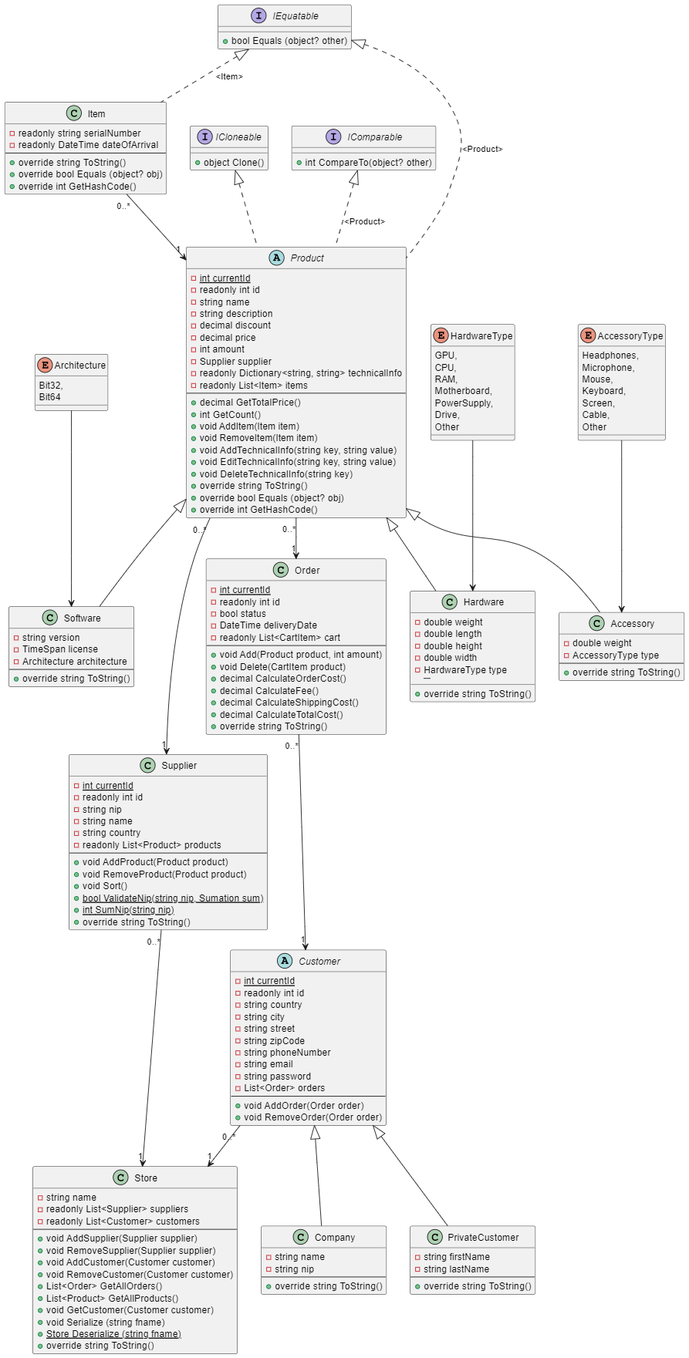
Before: UML.png, a diagram exported from PlantUML (Couch-bit/Computer-Store). Its source is kept beside it as UML.wsd. Source of this version:
```plantuml
@startuml Project
class Supplier {
  -{static} int currentId
  -readonly int id
  -string nip
  -string name
  -string country
  -readonly List<Product> products
  ----
  + void AddProduct(Product product)
  + void RemoveProduct(Product product)
  + void Sort()
  + {static} bool ValidateNip(string nip, Sumation sum)
  + {static} int SumNip(string nip)
  + override string ToString()
}

class Company {
  -string name
  -string nip
  ----
  + override string ToString()
}

class PrivateCustomer {
  -string firstName
  -string lastName
  ----
  + override string ToString()
}

abstract Customer {
  -{static} int currentId
  -readonly int id
  -string country
  -string city
  -string street
  -string zipCode
  -string phoneNumber
  -string email
  -string password
  -List<Order> orders
  ----
  + void AddOrder(Order order)
  + void RemoveOrder(Order order)
}

class Order {
  -{static} int currentId
  -readonly int id
  -bool status
  -DateTime deliveryDate
  -readonly List<CartItem> cart
  ----
  + void Add(Product product, int amount)
  + void Delete(CartItem product)
  + decimal CalculateOrderCost()
  + decimal CalculateFee()
  + decimal CalculateShippingCost()
  + decimal CalculateTotalCost()
  + override string ToString()
}

abstract Product {
  -{static} int currentId
  -readonly int id
  -string name
  -string description
  -decimal discount
  -decimal price
  -int amount
  -Supplier supplier
  -readonly Dictionary<string, string> technicalInfo
  -readonly List<Item> items
  ----
  + decimal GetTotalPrice()
  + int GetCount()
  + void AddItem(Item item)
  + void RemoveItem(Item item)
  + void AddTechnicalInfo(string key, string value)
  + void EditTechnicalInfo(string key, string value)
  + void DeleteTechnicalInfo(string key)
  + override string ToString()
  + override bool Equals (object? obj)
  + override int GetHashCode()
}

class Item {
  - readonly string serialNumber
  - readonly DateTime dateOfArrival
  ----
  + override string ToString()
  + override bool Equals (object? obj)
  + override int GetHashCode()
}

class Store {
  - string name
  - readonly List<Supplier> suppliers
  - readonly List<Customer> customers
  ----
  + void AddSupplier(Supplier supplier)
  + void RemoveSupplier(Supplier supplier)
  + void AddCustomer(Customer customer)
  + void RemoveCustomer(Customer customer)
  + List<Order> GetAllOrders()
  + List<Product> GetAllProducts()
  + void GetCustomer(Customer customer)
  + void Serialize (string fname)
  + {static} Store Deserialize (string fname)
  + override string ToString()
}

enum HardwareType {
  GPU,
  CPU,
  RAM,
  Motherboard,
  PowerSupply,
  Drive,
  Other
}

enum AccessoryType {
  Headphones,
  Microphone,
  Mouse,
  Keyboard,
  Screen,
  Cable,
  Other
}

enum Architecture {
  Bit32,
  Bit64
}

class Hardware {
  -double weight
  -double length
  -double height
  -double width
  -HardwareType type
  ----
  + override string ToString()
}

class Software {
  -string version
  -TimeSpan license
  -Architecture architecture
  ----
  + override string ToString()
}

class Accessory {
  -double weight
  -AccessoryType type
  ----
  + override string ToString()
}

interface ICloneable {
  + object Clone()
}

interface IComparable {
  + int CompareTo(object? other)
}

interface IEquatable {
  + bool Equals (object? other)
}

IEquatable <|-[dashed]- Item : "<Item>"
IComparable <|-[dashed]- Product : "<Product>"
IEquatable <|-[dashed]- Product : "<Product>"
abstract Product implements ICloneable
HardwareType --> Hardware
AccessoryType --> Accessory
Architecture --> Software
Product <|-- Accessory
Product <|-- Software
Product <|-- Hardware
Customer	<|-- Company
Customer	<|-- PrivateCustomer
Supplier "0..*" --> "1" Store
Customer "0..*" --> "1" Store
Product "0..*" --> "1" Order
Product "0..*" --> "1" Supplier
Order "0..*" --> "1" Customer
Item "0..*" --> "1" Product
@enduml
```
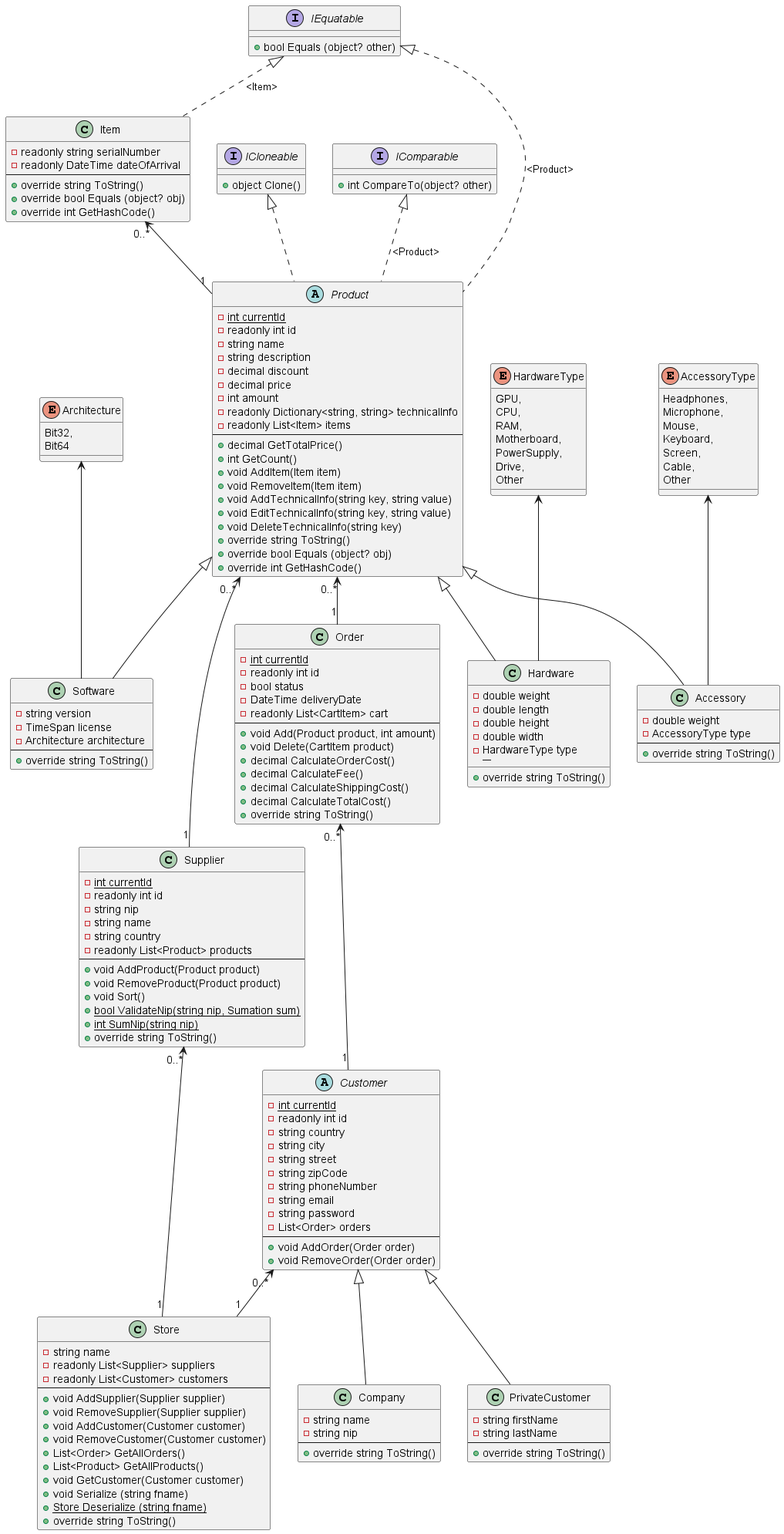
The same file after the commit.

Diff of the diagram source:
```diff
@@ -69,7 +69,6 @@
   -decimal discount
   -decimal price
   -int amount
-  -Supplier supplier
   -readonly Dictionary<string, string> technicalInfo
   -readonly List<Item> items
   ----
@@ -177,18 +176,18 @@
 IComparable <|-[dashed]- Product : "<Product>"
 IEquatable <|-[dashed]- Product : "<Product>"
 abstract Product implements ICloneable
-HardwareType --> Hardware
-AccessoryType --> Accessory
-Architecture --> Software
+HardwareType <-- Hardware
+AccessoryType <-- Accessory
+Architecture <-- Software
 Product <|-- Accessory
 Product <|-- Software
 Product <|-- Hardware
 Customer	<|-- Company
 Customer	<|-- PrivateCustomer
-Supplier "0..*" --> "1" Store
-Customer "0..*" --> "1" Store
-Product "0..*" --> "1" Order
-Product "0..*" --> "1" Supplier
-Order "0..*" --> "1" Customer
-Item "0..*" --> "1" Product
+Supplier "0..*" <-- "1" Store
+Customer "0..*" <-- "1" Store
+Product "0..*" <-- "1" Order
+Product "0..*" <-- "1" Supplier
+Order "0..*" <-- "1" Customer
+Item "0..*" <-- "1" Product
 @enduml
```
